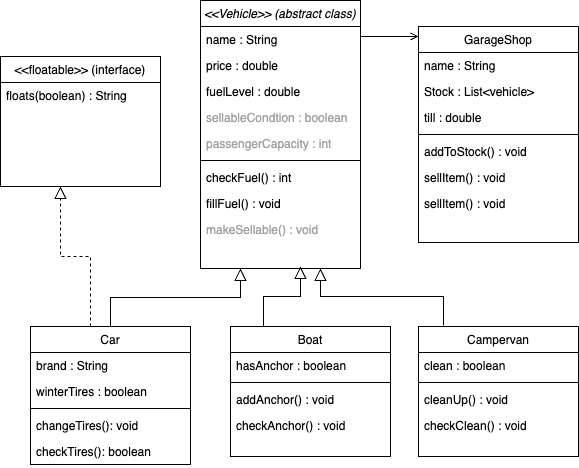
Earlier version of the draw.io export UML_class_diagram_garageShop.png (rosiemiall/polymorphism_lab). Source tidied: cells renumbered, new cells last; positions are measured from the earlier drawing's top-left corner, leaving out a move shared by most shapes.
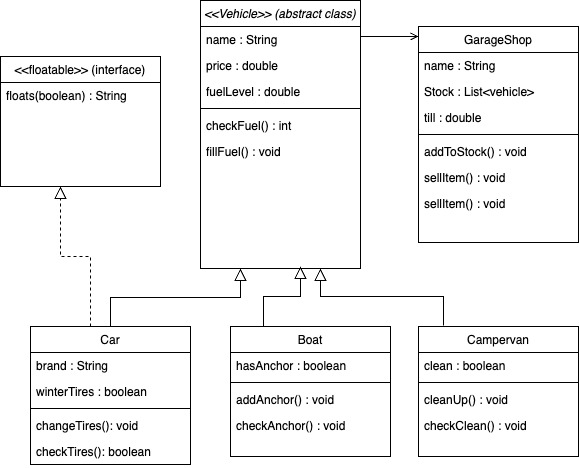
The same file after the commit.

Diff of the diagram source:
```diff
@@ -14,24 +14,15 @@
     <mxCell id="5" value="fuelLevel : double" style="text;align=left;verticalAlign=top;spacingLeft=4;spacingRight=4;overflow=hidden;rounded=0;shadow=0;html=0;" parent="2" vertex="1">
       <mxGeometry y="78" width="160" height="26" as="geometry" />
     </mxCell>
-    <mxCell id="6" value="sellableCondtion : boolean" style="text;align=left;verticalAlign=top;spacingLeft=4;spacingRight=4;overflow=hidden;rounded=0;shadow=0;html=0;fontColor=#A1A1A1;" parent="2" vertex="1">
-      <mxGeometry y="104" width="160" height="26" as="geometry" />
-    </mxCell>
-    <mxCell id="7" value="passengerCapacity : int" style="text;align=left;verticalAlign=top;spacingLeft=4;spacingRight=4;overflow=hidden;rounded=0;shadow=0;html=0;strokeColor=none;fontColor=#a1a1a1;" parent="2" vertex="1">
-      <mxGeometry y="130" width="160" height="26" as="geometry" />
-    </mxCell>
     <mxCell id="8" style="line;html=1;strokeWidth=1;align=left;verticalAlign=middle;spacingTop=-1;spacingLeft=3;spacingRight=3;labelPosition=right;" parent="2" vertex="1">
-      <mxGeometry y="156" width="160" height="8" as="geometry" />
+      <mxGeometry y="104" width="160" height="8" as="geometry" />
     </mxCell>
     <mxCell id="9" value="checkFuel() : int" style="text;align=left;verticalAlign=top;spacingLeft=4;spacingRight=4;overflow=hidden;" parent="2" vertex="1">
-      <mxGeometry y="164" width="160" height="26" as="geometry" />
+      <mxGeometry y="112" width="160" height="26" as="geometry" />
     </mxCell>
     <mxCell id="10" value="fillFuel() : void" style="text;align=left;verticalAlign=top;spacingLeft=4;spacingRight=4;overflow=hidden;" parent="2" vertex="1">
-      <mxGeometry y="190" width="160" height="26" as="geometry" />
+      <mxGeometry y="138" width="160" height="26" as="geometry" />
     </mxCell>
-    <mxCell id="11" value="makeSellable() : void" style="text;align=left;verticalAlign=top;spacingLeft=4;spacingRight=4;overflow=hidden;fontColor=#a1a1a1;" parent="2" vertex="1">
-      <mxGeometry y="216" width="160" height="26" as="geometry" />
-    </mxCell>
     <mxCell id="12" value="Car" style="swimlane;fontStyle=0;align=center;verticalAlign=top;horizontal=1;startSize=26;rounded=0;shadow=0;strokeWidth=1;" parent="1" vertex="1">
       <mxGeometry x="30" y="326" width="160" height="138" as="geometry" />
     </mxCell>
```
